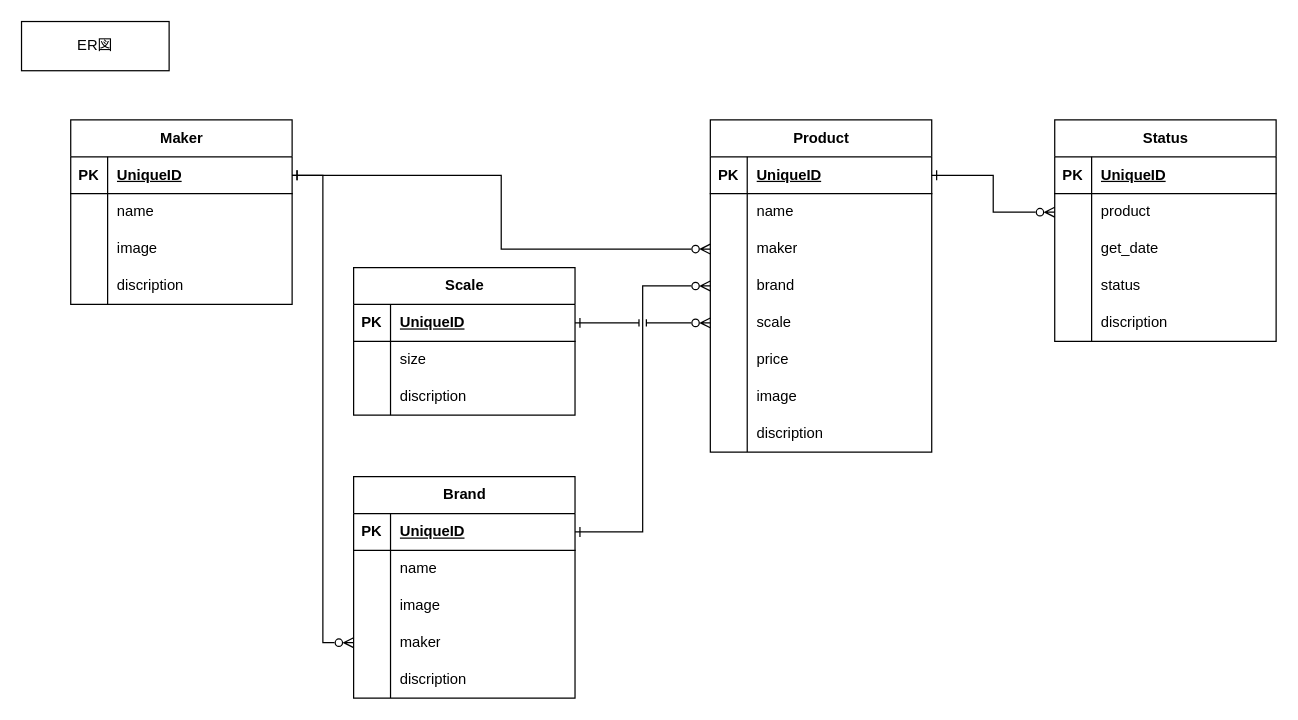
Before: ER.drawio in Torinoth/PlasticModelManagementSystem, a draw.io diagram. Source tidied: cells renumbered, new cells numbered last; positions are measured from the earlier drawing's top-left corner, leaving out a move shared by most shapes. Both pictures are drawn from the tidied source at 123%, with x=0, y=0 at pixel (21, 21).
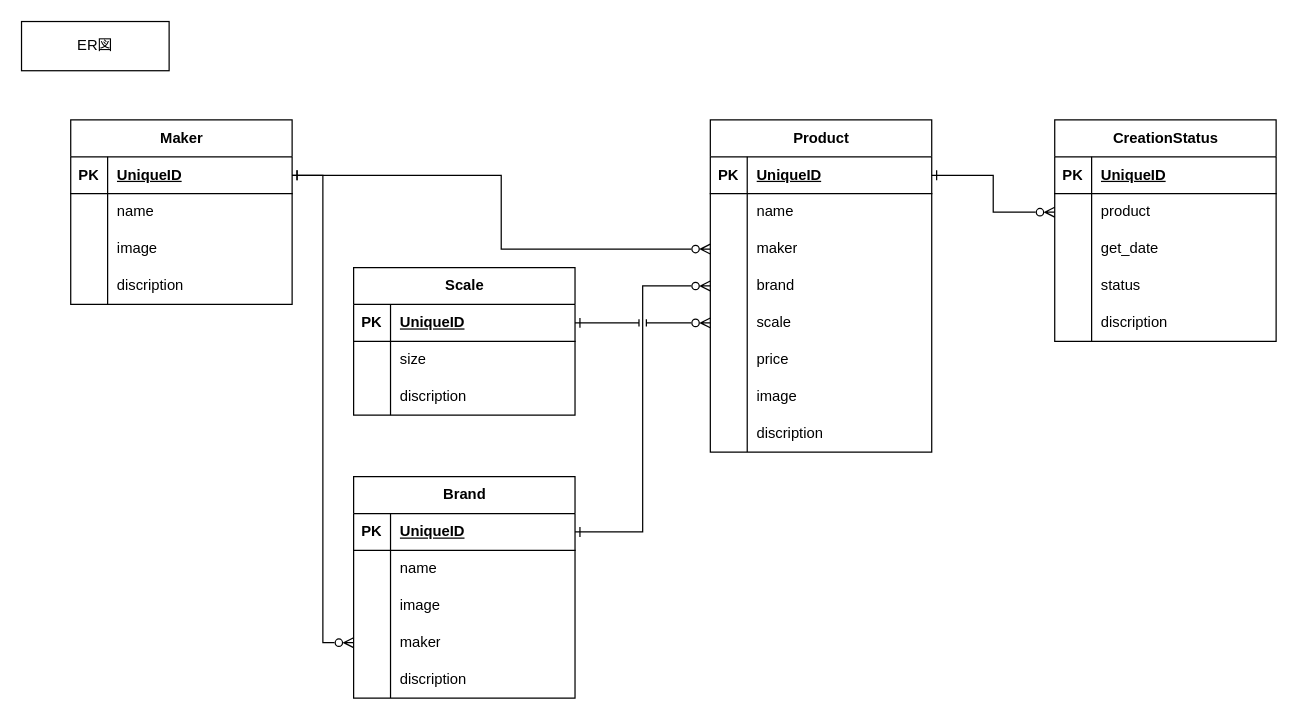
Above is the later version.

Change to the diagram source:
```diff
@@
-    <mxCell id="71" value="Status" style="shape=table;startSize=30;childLayout=tableLayout;rowLines=0;fontStyle=1;align=center;html=1;" parent="1" vertex="1">
+    <mxCell id="71" value="CreationStatus" style="shape=table;startSize=30;childLayout=tableLayout;rowLines=0;fontStyle=1;align=center;html=1;" parent="1" vertex="1">
       <mxGeometry x="840" y="80" width="180" height="180" as="geometry" />
     </mxCell>
```
